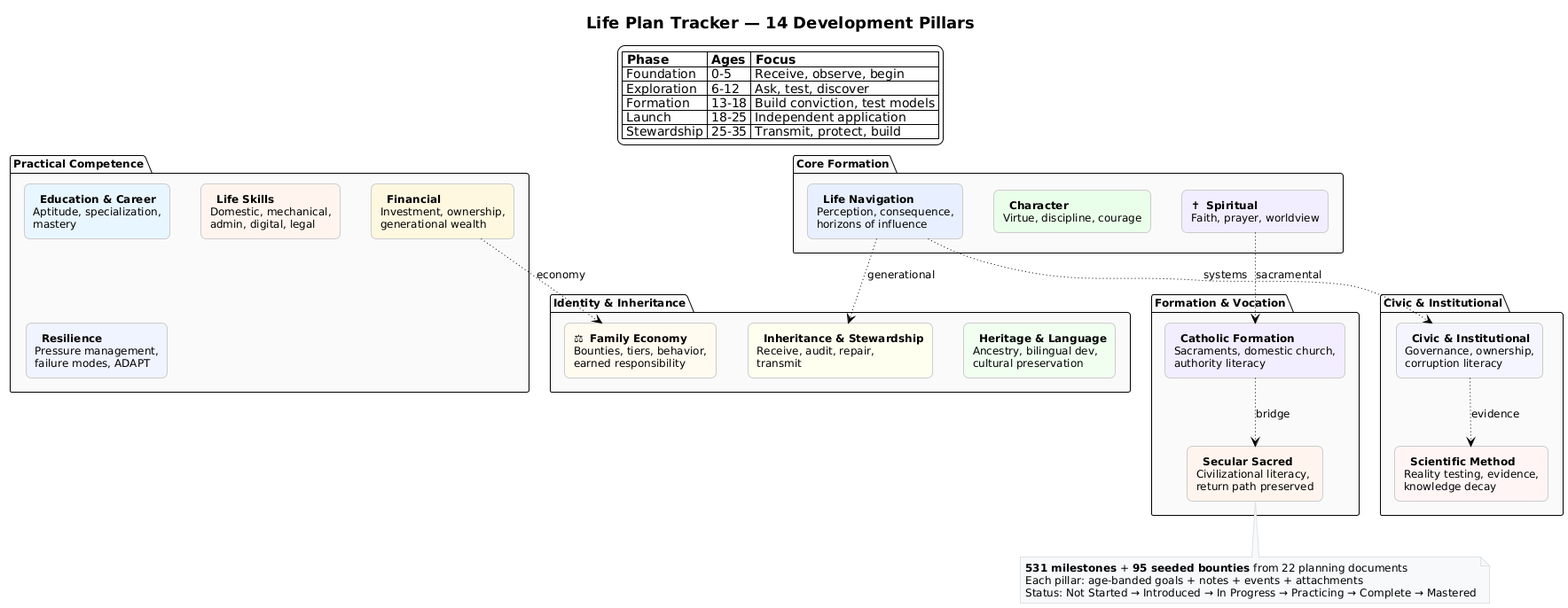
vampireLibrarianMonk/life_planning keeps this PlantUML diagram as diagrams/pillars_all.png. Above is the earlier version.
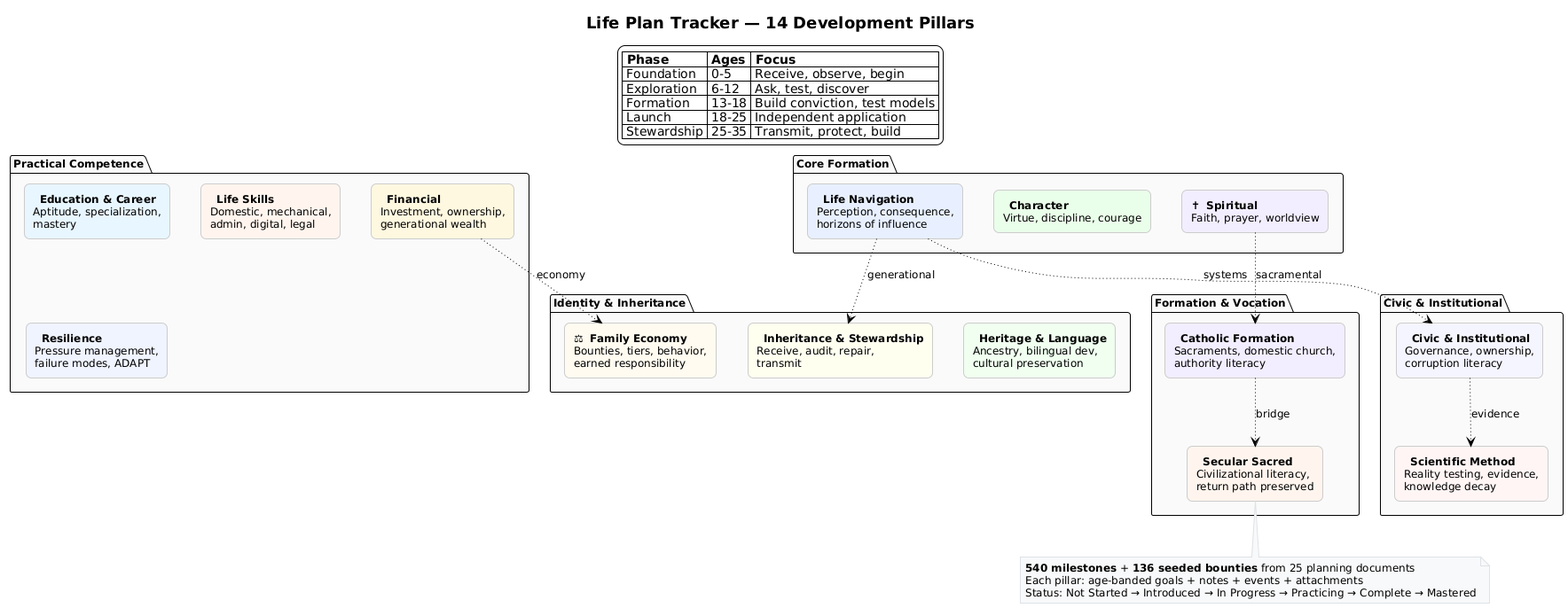
Above is the later version.

Change to the diagram source:
```diff
@@ -63,7 +63,7 @@
 ci -[dotted]-> sm : evidence
 
 note bottom
-  **531 milestones** + **95 seeded bounties** from 22 planning documents
+  **540 milestones** + **136 seeded bounties** from 25 planning documents
   Each pillar: age-banded goals + notes + events + attachments
   Status: Not Started → Introduced → In Progress → Practicing → Complete → Mastered
 end note
```
